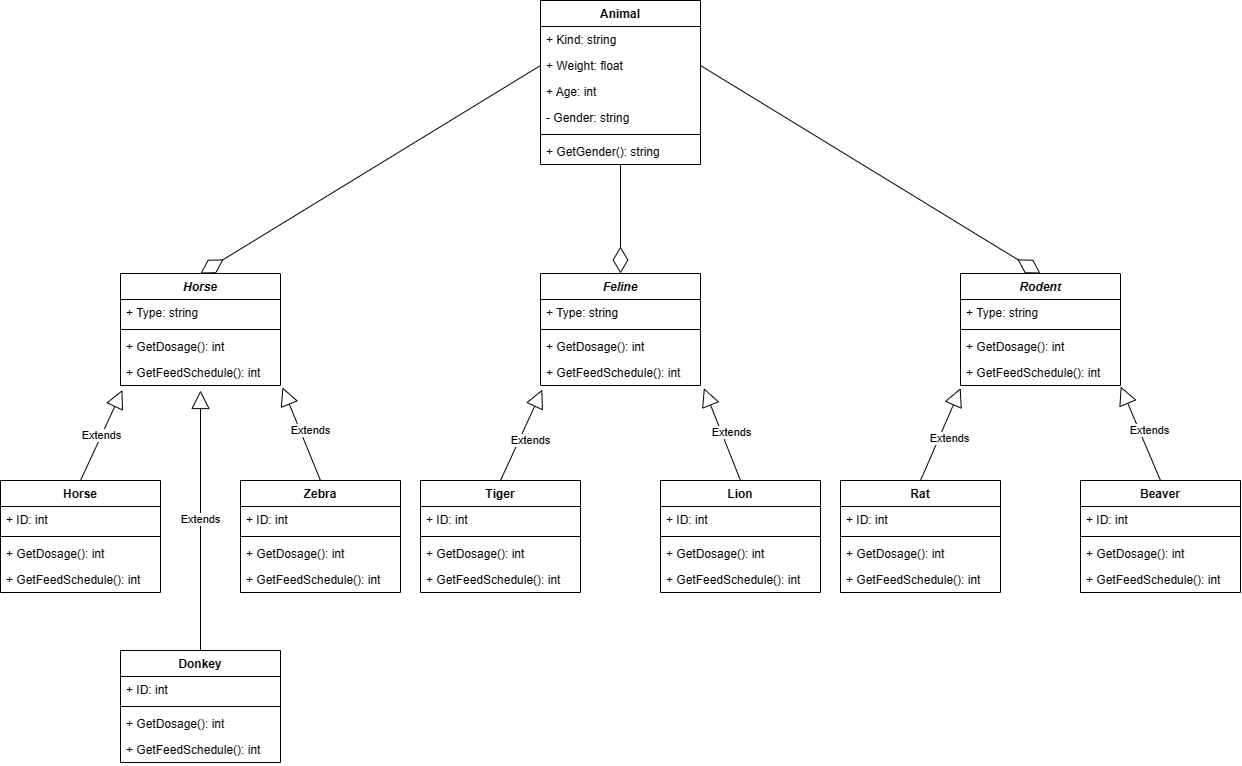
hasanfurkangulmez/kodluyoruzilkrepo keeps this draw.io diagram as ObjectOrientedProgramming/ZooManagement.png. Above is the earlier version. Source tidied: cells renumbered, new cells last; positions are measured from the earlier drawing's top-left corner, leaving out a move shared by most shapes.
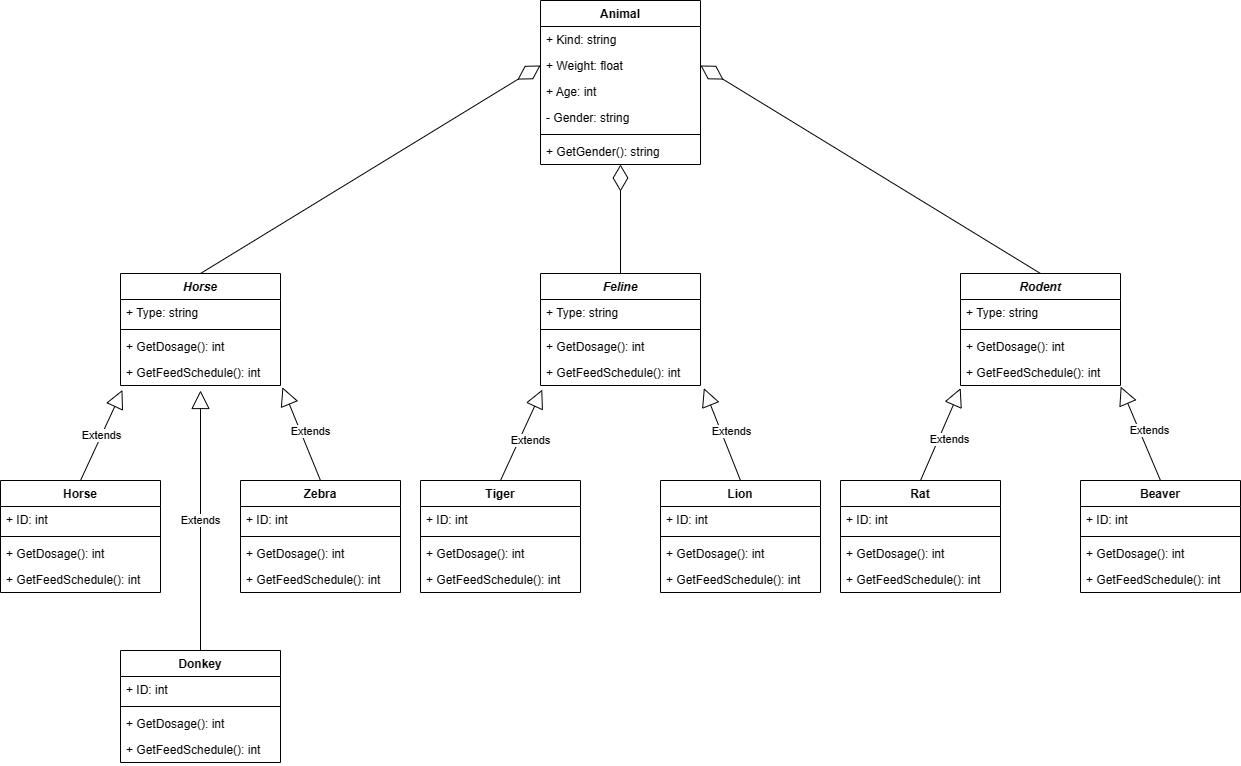
The same diagram one commit later.

What changed in the source:
```diff
@@ -206,14 +206,14 @@
         <mxPoint y="1" as="offset" />
       </mxGeometry>
     </mxCell>
-    <mxCell id="66" style="endArrow=diamondThin;endFill=0;endSize=24;html=1;rounded=0;exitX=0;exitY=0.5;exitDx=0;exitDy=0;entryX=0.5;entryY=0;entryDx=0;entryDy=0;" parent="1" edge="1" source="4" target="9">
-      <mxGeometry relative="1" as="geometry" />
-    </mxCell>
-    <mxCell id="67" style="endArrow=diamondThin;endFill=0;endSize=24;html=1;rounded=0;entryX=0.5;entryY=0;entryDx=0;entryDy=0;" parent="1" edge="1" source="8" target="14">
+    <mxCell id="67" style="endArrow=diamondThin;endFill=0;endSize=24;html=1;rounded=0;exitX=0.5;exitY=0;exitDx=0;exitDy=0;" parent="1" edge="1" source="14" target="8">
       <mxGeometry relative="1" as="geometry" />
     </mxCell>
-    <mxCell id="68" style="endArrow=diamondThin;endFill=0;endSize=24;html=1;rounded=0;entryX=0.5;entryY=0;entryDx=0;entryDy=0;exitX=1;exitY=0.5;exitDx=0;exitDy=0;" parent="1" edge="1" source="4" target="19">
+    <mxCell id="68" style="endArrow=diamondThin;endFill=0;endSize=24;html=1;rounded=0;entryX=1;entryY=0.5;entryDx=0;entryDy=0;exitX=0.5;exitY=0;exitDx=0;exitDy=0;" parent="1" edge="1" source="19" target="4">
       <mxGeometry relative="1" as="geometry" />
     </mxCell>
+    <mxCell id="66" style="endArrow=diamondThin;endFill=0;endSize=24;html=1;rounded=0;exitX=0.5;exitY=0;exitDx=0;exitDy=0;entryX=0;entryY=0.5;entryDx=0;entryDy=0;" parent="1" edge="1" source="9" target="4">
+      <mxGeometry relative="1" as="geometry" />
+    </mxCell>
   </root>
 </mxGraphModel>
```
